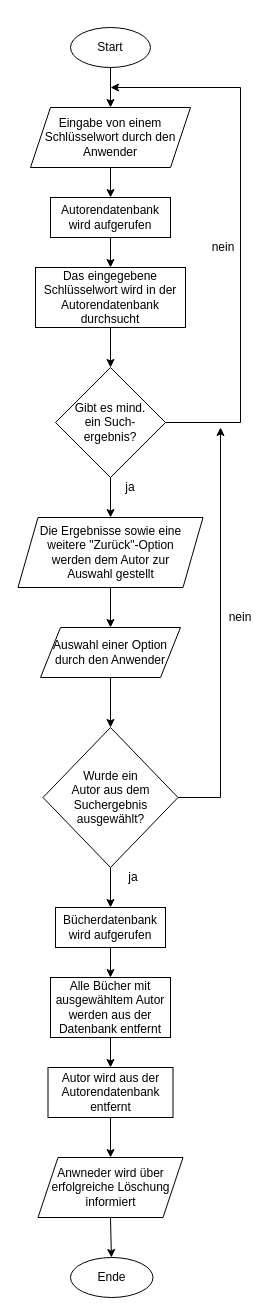
The draw.io diagram docs/dias/delete-author-pap.drawio in syaufmia/book-app, before the edit. Source tidied: cells renumbered, new cells numbered last; positions are measured from the earlier drawing's top-left corner, leaving out a move shared by most shapes. Both pictures are drawn from the tidied source at 100%, with x=0, y=0 at pixel (18, 27).
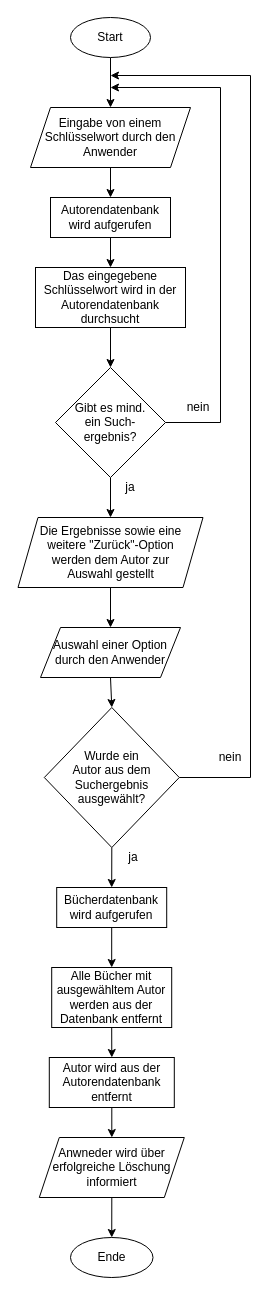
After the change.

The change refers to these unchanged cells:
```xml
<mxCell id="12" value="Gibt es mind. &lt;br&gt;ein Such-&lt;br&gt;ergebnis?" style="rhombus;whiteSpace=wrap;html=1;" parent="1" vertex="1">
  <mxGeometry x="37" y="340" width="110" height="110" as="geometry" />
</mxCell>
```

Diff of the diagram source:
```diff
@@
     <mxCell id="3" value="Start" style="ellipse;whiteSpace=wrap;html=1;" parent="1" vertex="1">
-      <mxGeometry x="52" width="80" height="40" as="geometry" />
+      <mxGeometry x="52" y="-10" width="80" height="40" as="geometry" />
     </mxCell>
@@
     <mxCell id="11" style="edgeStyle=none;rounded=0;jettySize=auto;html=1;exitX=1;exitY=0.5;exitDx=0;exitDy=0;" parent="1" edge="1" source="12">
       <mxGeometry relative="1" as="geometry">
         <mxPoint x="92" y="60" as="targetPoint" />
         <Array as="points">
-          <mxPoint x="222" y="395" />
-          <mxPoint x="222" y="60" />
+          <mxPoint x="202" y="395" />
+          <mxPoint x="202" y="60" />
         </Array>
       </mxGeometry>
     </mxCell>
@@
     <mxCell id="18" style="edgeStyle=none;rounded=0;jettySize=auto;html=1;exitX=1;exitY=0.5;exitDx=0;exitDy=0;" parent="1" edge="1" source="19">
       <mxGeometry relative="1" as="geometry">
-        <mxPoint x="202" y="400" as="targetPoint" />
+        <mxPoint x="92" y="48" as="targetPoint" />
         <Array as="points">
-          <mxPoint x="202" y="770" />
+          <mxPoint x="232" y="750" />
+          <mxPoint x="232" y="48" />
         </Array>
       </mxGeometry>
     </mxCell>
     <mxCell id="19" value="Wurde ein &lt;br&gt;Autor aus dem Suchergebnis ausgewählt?" style="rhombus;whiteSpace=wrap;html=1;" parent="1" vertex="1">
-      <mxGeometry x="24.5" y="700" width="135" height="140" as="geometry" />
+      <mxGeometry x="25.8" y="680" width="135" height="140" as="geometry" />
     </mxCell>
@@
     <mxCell id="21" value="Bücherdatenbank wird aufgerufen" style="rounded=0;whiteSpace=wrap;html=1;" parent="1" vertex="1">
-      <mxGeometry x="37" y="880" width="110" height="40" as="geometry" />
+      <mxGeometry x="38.2" y="860" width="110" height="40" as="geometry" />
     </mxCell>
@@
     <mxCell id="23" value="Alle Bücher mit ausgewähltem Autor werden aus der Datenbank entfernt" style="rounded=0;whiteSpace=wrap;html=1;" parent="1" vertex="1">
-      <mxGeometry x="32" y="950" width="120" height="60" as="geometry" />
+      <mxGeometry x="33.2" y="940" width="120" height="60" as="geometry" />
     </mxCell>
@@
     <mxCell id="25" value="Autor wird aus der Autorendatenbank entfernt" style="rounded=0;whiteSpace=wrap;html=1;" parent="1" vertex="1">
-      <mxGeometry x="29.5" y="1040" width="125" height="50" as="geometry" />
+      <mxGeometry x="30.8" y="1030" width="125" height="50" as="geometry" />
     </mxCell>
@@
     <mxCell id="27" value="Anwneder wird über erfolgreiche Löschung informiert" style="shape=parallelogram;perimeter=parallelogramPerimeter;whiteSpace=wrap;html=1;fixedSize=1;" parent="1" vertex="1">
-      <mxGeometry x="19.5" y="1130" width="145" height="60" as="geometry" />
+      <mxGeometry x="20.8" y="1110" width="145" height="60" as="geometry" />
     </mxCell>
     <mxCell id="28" value="Ende" style="ellipse;whiteSpace=wrap;html=1;" parent="1" vertex="1">
-      <mxGeometry x="52" y="1230" width="82.5" height="40" as="geometry" />
+      <mxGeometry x="52" y="1210" width="82.5" height="40" as="geometry" />
     </mxCell>
     <mxCell id="29" value="ja" style="text;html=1;strokeColor=none;fillColor=none;align=center;verticalAlign=middle;whiteSpace=wrap;rounded=0;" parent="1" vertex="1">
-      <mxGeometry x="94.5" y="840" width="40" height="20" as="geometry" />
+      <mxGeometry x="94.5" y="820" width="40" height="20" as="geometry" />
     </mxCell>
     <mxCell id="30" value="nein" style="text;html=1;strokeColor=none;fillColor=none;align=center;verticalAlign=middle;whiteSpace=wrap;rounded=0;" parent="1" vertex="1">
-      <mxGeometry x="202" y="580" width="40" height="20" as="geometry" />
+      <mxGeometry x="192" y="720" width="40" height="20" as="geometry" />
     </mxCell>
@@
     <mxCell id="32" value="nein" style="text;html=1;strokeColor=none;fillColor=none;align=center;verticalAlign=middle;whiteSpace=wrap;rounded=0;" parent="1" vertex="1">
-      <mxGeometry x="184.5" y="210" width="40" height="20" as="geometry" />
+      <mxGeometry x="159.5" y="370" width="40" height="20" as="geometry" />
     </mxCell>
+    <mxCell id="33" style="edgeStyle=none;rounded=0;orthogonalLoop=1;jettySize=auto;html=1;entryX=1;entryY=1;entryDx=0;entryDy=0;" parent="1" edge="1" source="32" target="32">
+      <mxGeometry relative="1" as="geometry" />
+    </mxCell>
```
